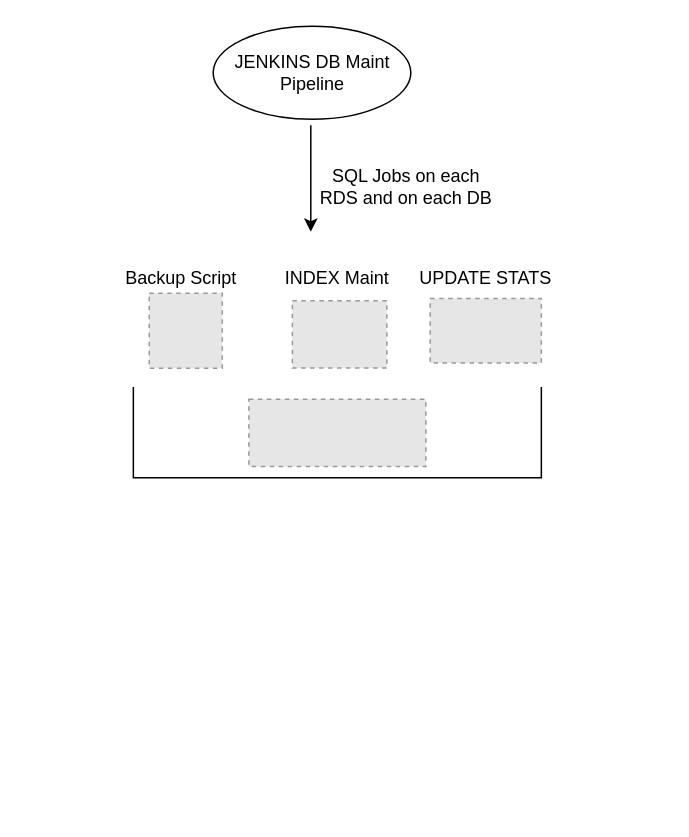
Earlier version of the draw.io diagram AML.drawio (Ravi1983-dev/devopsdemo). Source tidied: cells renumbered, new cells numbered last; positions are measured from the earlier drawing's top-left corner, leaving out a move shared by most shapes. Both pictures are drawn from the tidied source at 150%, with x=0, y=0 at pixel (122, 26). Pictures stored in the file or linked from it are replaced by grey dashed boxes.
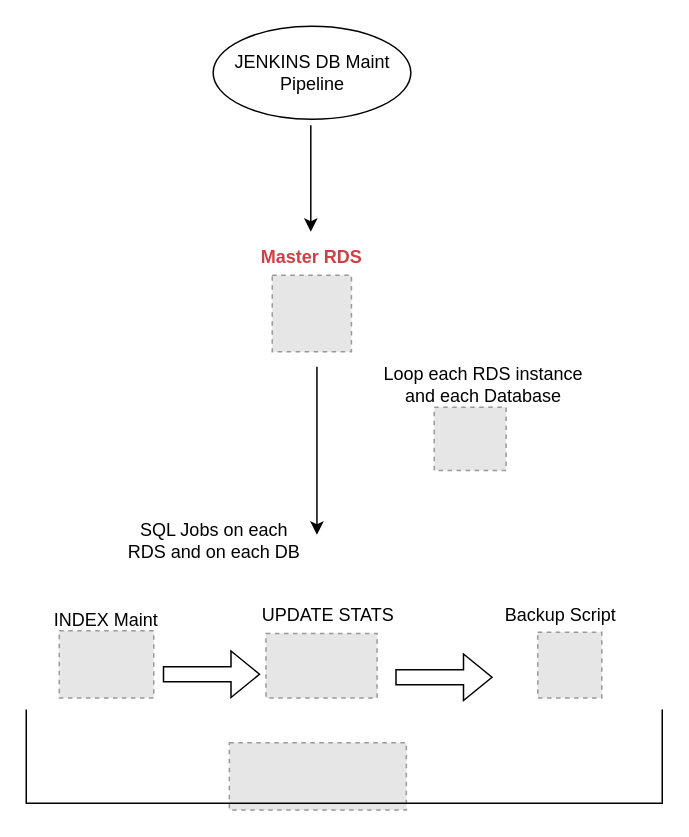
The same diagram, later.

The edit, as a diff of the source:
```diff
@@
     <mxCell id="3" style="fillColor=#E6E6E6;strokeColor=#999999;dashed=1;verticalLabelPosition=bottom;labelBackgroundColor=default;verticalAlign=top;" parent="1" vertex="1">
-      <mxGeometry x="18" y="178" width="48.7" height="50" as="geometry" />
+      <mxGeometry x="277" y="404" width="42.7" height="43.8" as="geometry" />
     </mxCell>
     <mxCell id="4" style="fillColor=#E6E6E6;strokeColor=#999999;dashed=1;verticalLabelPosition=bottom;labelBackgroundColor=default;verticalAlign=top;" parent="1" vertex="1">
-      <mxGeometry x="113.4" y="183" width="63" height="44.8" as="geometry" />
+      <mxGeometry x="-42" y="403" width="63" height="44.8" as="geometry" />
     </mxCell>
     <mxCell id="5" style="fillColor=#E6E6E6;strokeColor=#999999;dashed=1;verticalLabelPosition=bottom;labelBackgroundColor=default;verticalAlign=top;" parent="1" vertex="1">
-      <mxGeometry x="84.4" y="248.6" width="118" height="44.9" as="geometry" />
+      <mxGeometry x="71.4" y="477.6" width="118" height="44.9" as="geometry" />
     </mxCell>
     <mxCell id="6" value="UPDATE STATS" style="text;html=1;align=center;verticalAlign=middle;whiteSpace=wrap;rounded=0;" parent="1" vertex="1">
-      <mxGeometry x="192.1" y="153" width="100.5" height="30" as="geometry" />
+      <mxGeometry x="86.8" y="383.5" width="100.5" height="19.5" as="geometry" />
     </mxCell>
     <mxCell id="7" value="INDEX Maint" style="text;html=1;align=center;verticalAlign=middle;whiteSpace=wrap;rounded=0;" parent="1" vertex="1">
-      <mxGeometry x="103.9" y="153" width="79" height="30" as="geometry" />
+      <mxGeometry x="-50" y="380.5" width="79" height="30" as="geometry" />
     </mxCell>
     <mxCell id="8" value="Backup Script" style="text;html=1;align=center;verticalAlign=middle;whiteSpace=wrap;rounded=0;" parent="1" vertex="1">
-      <mxGeometry y="153" width="79" height="30" as="geometry" />
+      <mxGeometry x="253" y="378.2" width="79" height="30" as="geometry" />
     </mxCell>
     <mxCell id="9" style="fillColor=#E6E6E6;strokeColor=#999999;dashed=1;verticalLabelPosition=bottom;labelBackgroundColor=default;verticalAlign=top;" parent="1" vertex="1">
-      <mxGeometry x="205.3" y="181.5" width="74.1" height="43" as="geometry" />
+      <mxGeometry x="95.8" y="404.8" width="74.1" height="43" as="geometry" />
     </mxCell>
-    <mxCell id="10" style="shape=partialRectangle;whiteSpace=wrap;html=1;bottom=1;right=1;left=1;top=0;fillColor=none;routingCenterX=-0.5;" parent="1" vertex="1">
-      <mxGeometry x="7.4" y="241" width="272" height="60" as="geometry" />
-    </mxCell>
@@
     <mxCell id="12" value="SQL Jobs on each RDS and on each DB" style="text;html=1;align=center;verticalAlign=middle;whiteSpace=wrap;rounded=0;" parent="1" vertex="1">
-      <mxGeometry x="129" y="92" width="121" height="30" as="geometry" />
+      <mxGeometry x="1" y="328" width="121" height="30" as="geometry" />
     </mxCell>
+    <mxCell id="13" value="&lt;b&gt;&lt;font style=&quot;color: light-dark(rgb(206, 64, 67), rgb(237, 237, 237));&quot;&gt;Master RDS&lt;/font&gt;&lt;/b&gt;" style="text;html=1;align=center;verticalAlign=middle;whiteSpace=wrap;rounded=0;" parent="1" vertex="1">
+      <mxGeometry x="87.8" y="139" width="77.2" height="30" as="geometry" />
+    </mxCell>
+    <mxCell id="14" style="fillColor=#E6E6E6;strokeColor=#999999;dashed=1;verticalLabelPosition=bottom;labelBackgroundColor=default;verticalAlign=top;" parent="1" vertex="1">
+      <mxGeometry x="100" y="166" width="52.8" height="51" as="geometry" />
+    </mxCell>
+    <mxCell id="15" style="endArrow=classic;html=1;rounded=0;" parent="1" edge="1">
+      <mxGeometry relative="1" as="geometry">
+        <mxPoint x="129.8" y="227" as="sourcePoint" />
+        <mxPoint x="129.8" y="339" as="targetPoint" />
+      </mxGeometry>
+    </mxCell>
+    <mxCell id="16" style="fillColor=#E6E6E6;strokeColor=#999999;dashed=1;verticalLabelPosition=bottom;labelBackgroundColor=default;verticalAlign=top;" parent="1" vertex="1">
+      <mxGeometry x="208" y="254" width="47.9" height="42.1" as="geometry" />
+    </mxCell>
+    <mxCell id="17" value="Loop each RDS instance and each Database" style="text;html=1;align=center;verticalAlign=middle;whiteSpace=wrap;rounded=0;" parent="1" vertex="1">
+      <mxGeometry x="169.9" y="224" width="142" height="30" as="geometry" />
+    </mxCell>
+    <mxCell id="18" style="shape=flexArrow;endArrow=classic;html=1;rounded=0;" parent="1" edge="1">
+      <mxGeometry relative="1" as="geometry">
+        <mxPoint x="27" y="432" as="sourcePoint" />
+        <mxPoint x="92" y="432" as="targetPoint" />
+      </mxGeometry>
+    </mxCell>
+    <mxCell id="19" style="shape=partialRectangle;whiteSpace=wrap;html=1;bottom=1;right=1;left=1;top=0;fillColor=none;routingCenterX=-0.5;" parent="1" vertex="1">
+      <mxGeometry x="-64" y="456" width="424" height="62" as="geometry" />
+    </mxCell>
+    <mxCell id="20" style="shape=flexArrow;endArrow=classic;html=1;rounded=0;" parent="1" edge="1">
+      <mxGeometry relative="1" as="geometry">
+        <mxPoint x="182" y="434" as="sourcePoint" />
+        <mxPoint x="247" y="434" as="targetPoint" />
+      </mxGeometry>
+    </mxCell>
```
